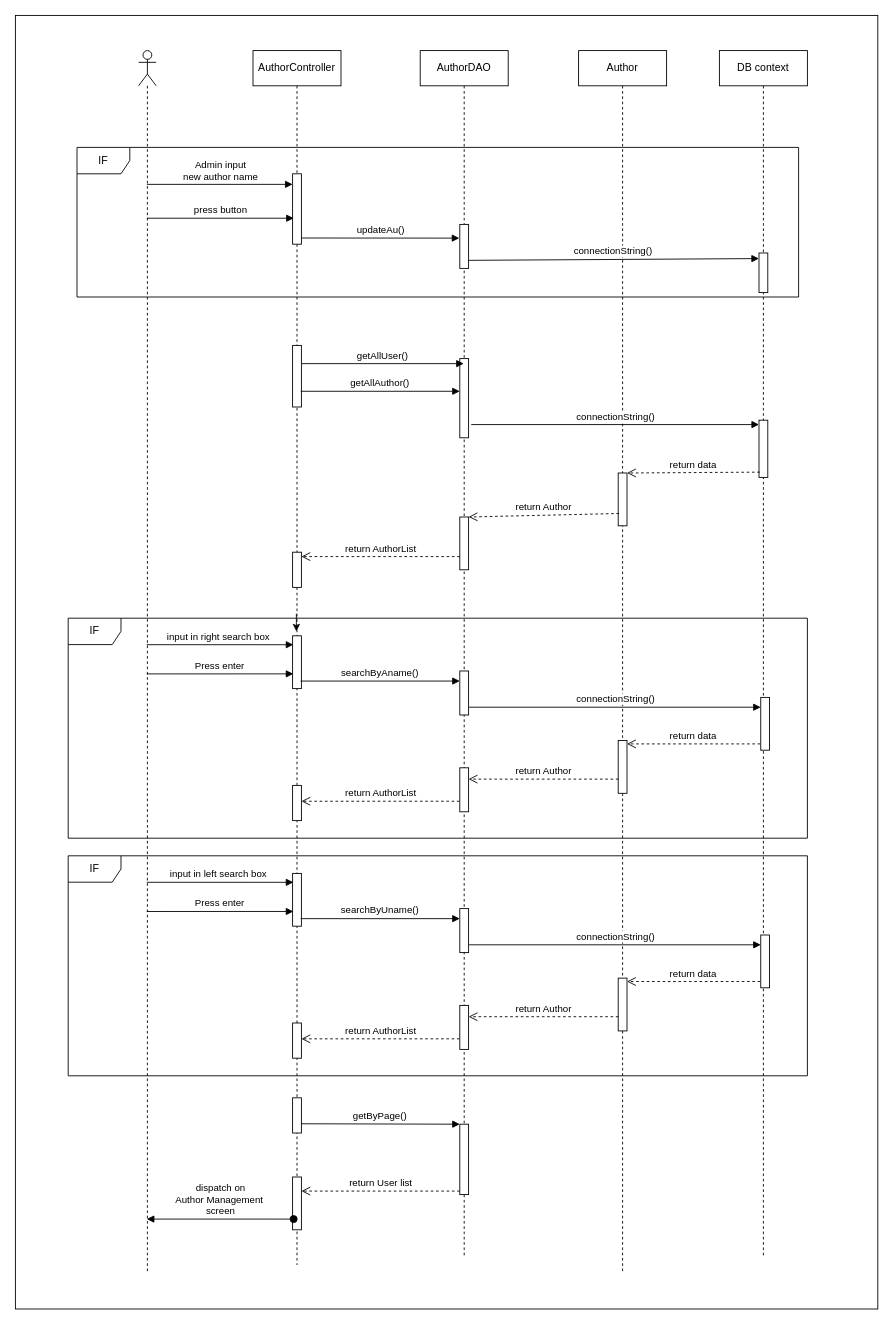
The draw.io diagram page "Trang-5" (5 of 8) of te3.drawio in baspdd/desktop-tutorial, before the edit. Source tidied: cells renumbered, new cells numbered last; positions are measured from the earlier drawing's top-left corner, leaving out a move shared by most shapes. Both pictures are drawn from the tidied source at 88%, with x=0, y=0 at pixel (15, 15).
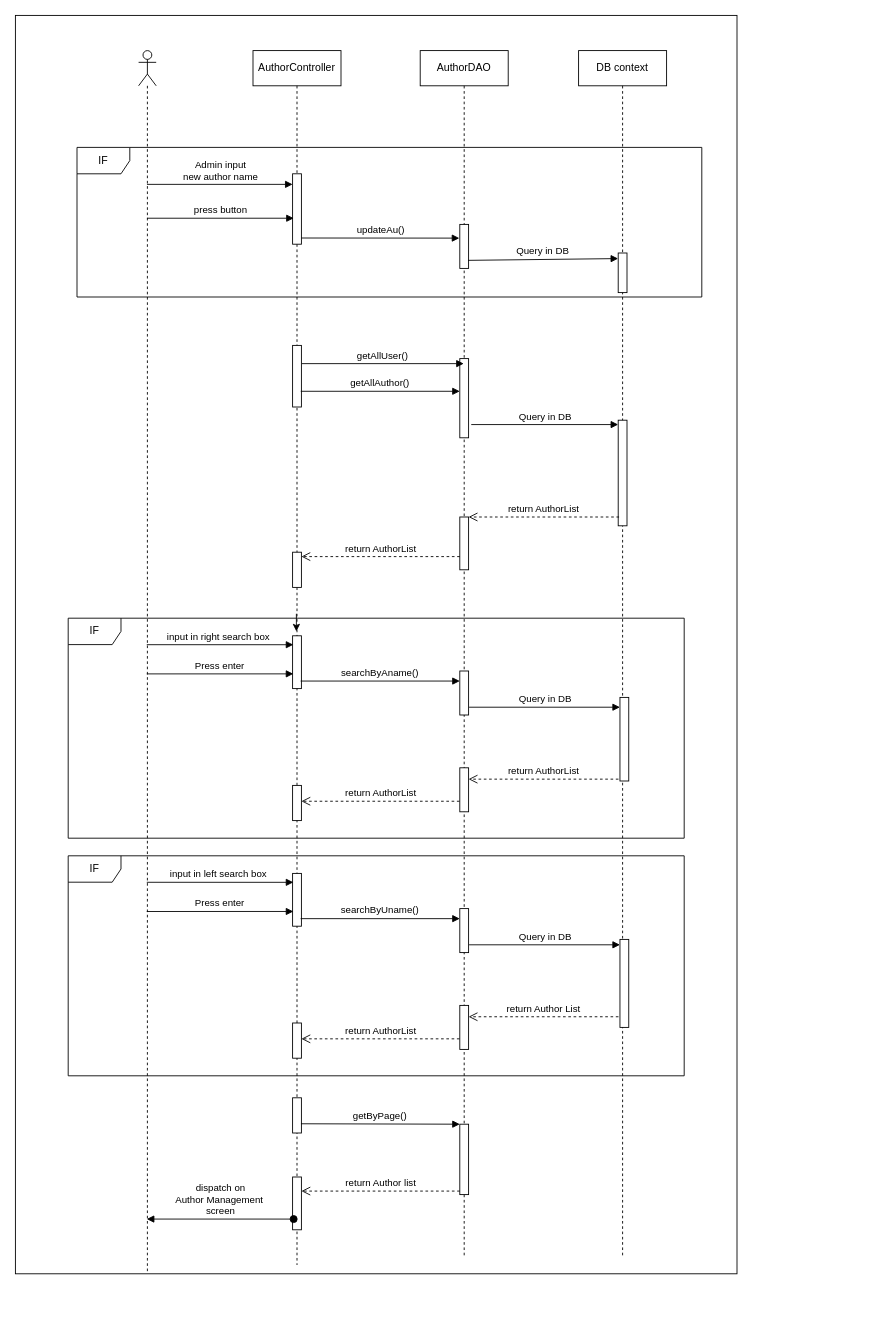
The same diagram, later.

The change refers to these unchanged cells:
```xml
<mxCell id="14" style="html=1;points=[];perimeter=orthogonalPerimeter;" parent="7" vertex="1">
  <mxGeometry x="45" y="1280" width="10" height="60" as="geometry" />
</mxCell>
<mxCell id="16" style="html=1;points=[];perimeter=orthogonalPerimeter;" parent="15" vertex="1">
  <mxGeometry x="45" y="197.5" width="10" height="50" as="geometry" />
</mxCell>
<mxCell id="17" style="html=1;points=[];perimeter=orthogonalPerimeter;" parent="15" vertex="1">
  <mxGeometry x="45" y="350" width="10" height="90" as="geometry" />
</mxCell>
<mxCell id="18" style="html=1;points=[];perimeter=orthogonalPerimeter;" parent="15" vertex="1">
  <mxGeometry x="45" y="530" width="10" height="60" as="geometry" />
</mxCell>
<mxCell id="19" style="html=1;points=[];perimeter=orthogonalPerimeter;" parent="15" vertex="1">
  <mxGeometry x="45" y="705" width="10" height="50" as="geometry" />
</mxCell>
<mxCell id="20" style="html=1;points=[];perimeter=orthogonalPerimeter;" parent="15" vertex="1">
  <mxGeometry x="45" y="815" width="10" height="50" as="geometry" />
</mxCell>
<mxCell id="21" style="html=1;points=[];perimeter=orthogonalPerimeter;" parent="15" vertex="1">
  <mxGeometry x="45" y="1220" width="10" height="80" as="geometry" />
</mxCell>
<mxCell id="26" style="html=1;points=[];perimeter=orthogonalPerimeter;" parent="25" vertex="1">
  <mxGeometry x="45" y="230" width="10" height="45" as="geometry" />
</mxCell>
<mxCell id="51" style="html=1;points=[];perimeter=orthogonalPerimeter;" parent="1" vertex="1">
  <mxGeometry x="505" y="1015" width="10" height="50" as="geometry" />
</mxCell>
<mxCell id="52" style="html=1;points=[];perimeter=orthogonalPerimeter;" parent="1" vertex="1">
  <mxGeometry x="505" y="1125" width="10" height="50" as="geometry" />
</mxCell>
```

Change to the diagram source:
```diff
@@
     <mxCell id="2" style="rounded=0;whiteSpace=wrap;html=1;" parent="1" vertex="1">
-      <mxGeometry width="980" height="1470" as="geometry" />
+      <mxGeometry width="820" height="1430" as="geometry" />
     </mxCell>
     <mxCell id="3" value="IF" style="shape=umlFrame;whiteSpace=wrap;html=1;" parent="1" vertex="1">
-      <mxGeometry x="60" y="955" width="840" height="250" as="geometry" />
+      <mxGeometry x="60" y="955" width="700" height="250" as="geometry" />
     </mxCell>
     <mxCell id="4" value="IF" style="shape=umlFrame;whiteSpace=wrap;html=1;" parent="1" vertex="1">
-      <mxGeometry x="60" y="685" width="840" height="250" as="geometry" />
+      <mxGeometry x="60" y="685" width="700" height="250" as="geometry" />
     </mxCell>
     <mxCell id="5" value="IF" style="shape=umlFrame;whiteSpace=wrap;html=1;" parent="1" vertex="1">
-      <mxGeometry x="70" y="150" width="820" height="170" as="geometry" />
+      <mxGeometry x="70" y="150" width="710" height="170" as="geometry" />
     </mxCell>
@@
-    <mxCell id="22" value="Author" style="shape=umlLifeline;perimeter=lifelinePerimeter;whiteSpace=wrap;html=1;" parent="1" vertex="1">
-      <mxGeometry x="640" y="40" width="100" height="1390" as="geometry" />
-    </mxCell>
-    <mxCell id="23" style="html=1;points=[];perimeter=orthogonalPerimeter;" parent="22" vertex="1">
-      <mxGeometry x="45" y="480" width="10" height="60" as="geometry" />
-    </mxCell>
-    <mxCell id="24" style="html=1;points=[];perimeter=orthogonalPerimeter;" parent="22" vertex="1">
-      <mxGeometry x="45" y="784" width="10" height="60" as="geometry" />
-    </mxCell>
     <mxCell id="25" value="DB context" style="shape=umlLifeline;perimeter=lifelinePerimeter;whiteSpace=wrap;html=1;" parent="1" vertex="1">
-      <mxGeometry x="800" y="40" width="100" height="1370" as="geometry" />
+      <mxGeometry x="640" y="40" width="100" height="1370" as="geometry" />
     </mxCell>
@@
     <mxCell id="27" style="html=1;points=[];perimeter=orthogonalPerimeter;" parent="25" vertex="1">
-      <mxGeometry x="45" y="420" width="10" height="65" as="geometry" />
+      <mxGeometry x="45" y="420" width="10" height="120" as="geometry" />
     </mxCell>
     <mxCell id="28" style="html=1;points=[];perimeter=orthogonalPerimeter;" parent="25" vertex="1">
-      <mxGeometry x="47" y="735" width="10" height="60" as="geometry" />
+      <mxGeometry x="47" y="735" width="10" height="95" as="geometry" />
     </mxCell>
+    <mxCell id="54" style="html=1;points=[];perimeter=orthogonalPerimeter;" parent="25" vertex="1">
+      <mxGeometry x="47" y="1010" width="10" height="100" as="geometry" />
+    </mxCell>
@@
-    <mxCell id="31" value="connectionString()" style="html=1;verticalAlign=bottom;endArrow=block;rounded=0;exitX=0.948;exitY=0.817;exitDx=0;exitDy=0;exitPerimeter=0;entryX=-0.005;entryY=0.141;entryDx=0;entryDy=0;entryPerimeter=0;" parent="1" edge="1" source="16" target="26">
+    <mxCell id="31" value="Query in DB" style="html=1;verticalAlign=bottom;endArrow=block;rounded=0;exitX=0.948;exitY=0.817;exitDx=0;exitDy=0;exitPerimeter=0;entryX=-0.005;entryY=0.141;entryDx=0;entryDy=0;entryPerimeter=0;" parent="1" edge="1" source="16" target="26">
       <mxGeometry relative="1" as="geometry" />
     </mxCell>
@@
-    <mxCell id="33" value="connectionString()" style="html=1;verticalAlign=bottom;endArrow=block;rounded=0;exitX=1.3;exitY=0.833;exitDx=0;exitDy=0;exitPerimeter=0;" parent="1" edge="1" source="17" target="27">
+    <mxCell id="33" value="Query in DB" style="html=1;verticalAlign=bottom;endArrow=block;rounded=0;exitX=1.3;exitY=0.833;exitDx=0;exitDy=0;exitPerimeter=0;" parent="1" edge="1" source="17" target="27">
       <mxGeometry relative="1" as="geometry" />
     </mxCell>
-    <mxCell id="34" value="return data" style="html=1;verticalAlign=bottom;endArrow=open;dashed=1;endSize=8;rounded=0;exitX=0.1;exitY=0.908;exitDx=0;exitDy=0;exitPerimeter=0;" parent="1" edge="1" source="27" target="23">
-      <mxGeometry relative="1" as="geometry" />
-    </mxCell>
-    <mxCell id="35" value="return Author" style="html=1;verticalAlign=bottom;endArrow=open;dashed=1;endSize=8;rounded=0;exitX=0.1;exitY=0.767;exitDx=0;exitDy=0;exitPerimeter=0;" parent="1" edge="1" source="23" target="18">
-      <mxGeometry relative="1" as="geometry" />
+    <mxCell id="35" value="return AuthorList" style="html=1;verticalAlign=bottom;endArrow=open;dashed=1;endSize=8;rounded=0;" parent="1" edge="1" target="18">
+      <mxGeometry relative="1" as="geometry">
+        <mxPoint x="686" y="570" as="sourcePoint" />
+      </mxGeometry>
     </mxCell>
@@
-    <mxCell id="39" value="connectionString()" style="html=1;verticalAlign=bottom;endArrow=block;rounded=0;exitX=1.057;exitY=0.823;exitDx=0;exitDy=0;exitPerimeter=0;" parent="1" edge="1" source="19" target="28">
+    <mxCell id="39" value="Query in DB" style="html=1;verticalAlign=bottom;endArrow=block;rounded=0;exitX=1.057;exitY=0.823;exitDx=0;exitDy=0;exitPerimeter=0;" parent="1" edge="1" source="19" target="28">
       <mxGeometry relative="1" as="geometry" />
     </mxCell>
-    <mxCell id="40" value="return data" style="html=1;verticalAlign=bottom;endArrow=open;dashed=1;endSize=8;rounded=0;exitX=-0.057;exitY=0.881;exitDx=0;exitDy=0;exitPerimeter=0;" parent="1" edge="1" source="28" target="24">
-      <mxGeometry relative="1" as="geometry" />
-    </mxCell>
-    <mxCell id="41" value="return Author" style="html=1;verticalAlign=bottom;endArrow=open;dashed=1;endSize=8;rounded=0;exitX=0.029;exitY=0.731;exitDx=0;exitDy=0;exitPerimeter=0;" parent="1" edge="1" source="24" target="20">
-      <mxGeometry relative="1" as="geometry" />
+    <mxCell id="41" value="return AuthorList" style="html=1;verticalAlign=bottom;endArrow=open;dashed=1;endSize=8;rounded=0;exitX=0.029;exitY=0.731;exitDx=0;exitDy=0;exitPerimeter=0;" parent="1" edge="1" target="20">
+      <mxGeometry relative="1" as="geometry">
+        <mxPoint x="685.3" y="867.9" as="sourcePoint" />
+      </mxGeometry>
     </mxCell>
@@
-    <mxCell id="45" value="return User list" style="html=1;verticalAlign=bottom;endArrow=open;dashed=1;endSize=8;exitX=0;exitY=0.95;rounded=0;" parent="1" edge="1" source="21" target="14">
+    <mxCell id="45" value="return Author list" style="html=1;verticalAlign=bottom;endArrow=open;dashed=1;endSize=8;exitX=0;exitY=0.95;rounded=0;" parent="1" edge="1" source="21" target="14">
       <mxGeometry relative="1" as="geometry" />
     </mxCell>
@@
-    <mxCell id="53" style="html=1;points=[];perimeter=orthogonalPerimeter;" parent="1" vertex="1">
-      <mxGeometry x="685" y="1094" width="10" height="60" as="geometry" />
-    </mxCell>
-    <mxCell id="54" style="html=1;points=[];perimeter=orthogonalPerimeter;" parent="1" vertex="1">
-      <mxGeometry x="847" y="1045" width="10" height="60" as="geometry" />
-    </mxCell>
@@
-    <mxCell id="57" value="connectionString()" style="html=1;verticalAlign=bottom;endArrow=block;rounded=0;exitX=1.057;exitY=0.823;exitDx=0;exitDy=0;exitPerimeter=0;" parent="1" edge="1" source="51" target="54">
+    <mxCell id="57" value="Query in DB" style="html=1;verticalAlign=bottom;endArrow=block;rounded=0;exitX=1.057;exitY=0.823;exitDx=0;exitDy=0;exitPerimeter=0;" parent="1" edge="1" source="51" target="54">
       <mxGeometry relative="1" as="geometry" />
     </mxCell>
-    <mxCell id="58" value="return data" style="html=1;verticalAlign=bottom;endArrow=open;dashed=1;endSize=8;rounded=0;exitX=-0.057;exitY=0.881;exitDx=0;exitDy=0;exitPerimeter=0;" parent="1" edge="1" source="54" target="53">
-      <mxGeometry relative="1" as="geometry" />
-    </mxCell>
-    <mxCell id="59" value="return Author" style="html=1;verticalAlign=bottom;endArrow=open;dashed=1;endSize=8;rounded=0;exitX=0.029;exitY=0.731;exitDx=0;exitDy=0;exitPerimeter=0;" parent="1" edge="1" source="53" target="52">
-      <mxGeometry relative="1" as="geometry" />
+    <mxCell id="59" value="return Author List" style="html=1;verticalAlign=bottom;endArrow=open;dashed=1;endSize=8;rounded=0;exitX=0.029;exitY=0.731;exitDx=0;exitDy=0;exitPerimeter=0;" parent="1" edge="1" target="52">
+      <mxGeometry relative="1" as="geometry">
+        <mxPoint x="685.3" y="1137.9" as="sourcePoint" />
+      </mxGeometry>
     </mxCell>
```
